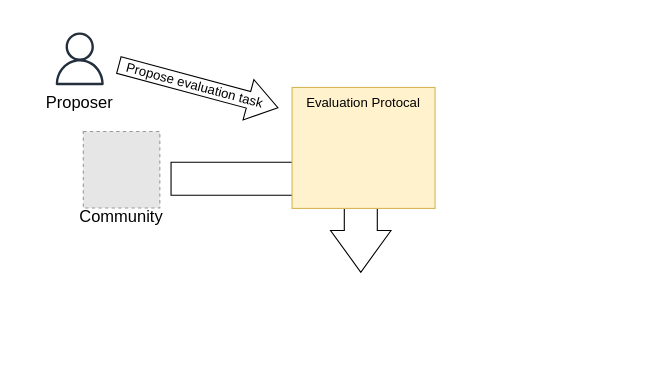
The draw.io diagram system.drawio in cxh-cxh/Embodied-VLM-Judge-figures, before the edit. Source tidied: cells renumbered, new cells numbered last; positions are measured from the earlier drawing's top-left corner, leaving out a move shared by most shapes. Both pictures are drawn from the tidied source at 110%, with x=0, y=0 at pixel (21, 32). Pictures stored in the file or linked from it are replaced by grey dashed boxes.
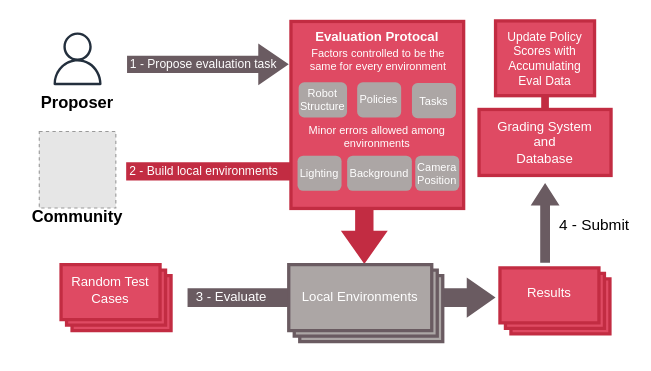
The same page after the edit.

Change to the diagram source:
```diff
@@
-    <mxCell id="2" style="html=1;shadow=0;dashed=0;align=center;verticalAlign=middle;shape=mxgraph.arrows2.bendArrow;dy=15;dx=38;notch=0;arrowHead=55;rounded=1;rotation=90;" parent="1" vertex="1">
-      <mxGeometry x="186" y="68" width="100" height="200" as="geometry" />
+    <mxCell id="2" style="html=1;shadow=0;dashed=0;align=center;verticalAlign=middle;shape=mxgraph.arrows2.bendArrow;dy=8.35;dx=30.02;notch=0;arrowHead=42.61;rounded=1;rotation=90;fillColor=#C22C42;strokeColor=none;" parent="1" vertex="1">
+      <mxGeometry x="167.9" y="45.3" width="92.4" height="237.8" as="geometry" />
     </mxCell>
-    <mxCell id="3" value="Evaluation Protocal" style="rounded=0;whiteSpace=wrap;html=1;fillColor=#fff2cc;strokeColor=#d6b656;align=center;verticalAlign=top;" parent="1" vertex="1">
-      <mxGeometry x="246" y="50" width="130" height="110" as="geometry" />
+    <mxCell id="3" value="&lt;font style=&quot;color: rgb(255, 255, 255);&quot; face=&quot;Helvetica&quot;&gt;&lt;b style=&quot;&quot;&gt;Evaluation Protocal&lt;/b&gt;&lt;/font&gt;" style="rounded=0;whiteSpace=wrap;html=1;fillColor=light-dark(#DF4A63,#AA7B7B);strokeColor=#C22C42;align=center;verticalAlign=top;strokeWidth=3;" parent="1" vertex="1">
+      <mxGeometry x="245" y="-10" width="157" height="170" as="geometry" />
     </mxCell>
     <mxCell id="4" style="group;" parent="1" vertex="1">
-      <mxGeometry width="106" height="78" as="geometry" />
+      <mxGeometry x="-2" width="106" height="78" as="geometry" />
     </mxCell>
@@
-    <mxCell id="6" value="Proposer" style="rounded=0;whiteSpace=wrap;html=1;fillColor=none;strokeColor=none;fontSize=15;" parent="4" vertex="1">
+    <mxCell id="6" value="Proposer" style="rounded=0;whiteSpace=wrap;html=1;fillColor=none;strokeColor=none;fontSize=15;fontStyle=1;" parent="4" vertex="1">
       <mxGeometry y="48" width="106" height="30" as="geometry" />
     </mxCell>
+    <mxCell id="11" value="&lt;font style=&quot;color: rgb(255, 255, 255);&quot;&gt;3 - Evaluate&lt;/font&gt;" style="html=1;shadow=0;dashed=0;align=left;verticalAlign=middle;shape=mxgraph.arrows2.arrow;dy=0.53;dx=26.18;notch=0;rotation=0;spacingLeft=6;fillColor=#6A5B61;strokeColor=none;" parent="1" vertex="1">
+      <mxGeometry x="151" y="222.8" width="280" height="36.5" as="geometry" />
+    </mxCell>
     <mxCell id="7" style="group;" parent="1" vertex="1">
-      <mxGeometry x="46" y="90" width="90" height="90" as="geometry" />
+      <mxGeometry x="6" y="90" width="90" height="90" as="geometry" />
     </mxCell>
@@
-    <mxCell id="9" value="Community" style="rounded=0;whiteSpace=wrap;html=1;fillColor=none;strokeColor=none;fontSize=15;" parent="7" vertex="1">
+    <mxCell id="9" value="&lt;b&gt;Community&lt;/b&gt;" style="rounded=0;whiteSpace=wrap;html=1;fillColor=none;strokeColor=none;fontSize=15;" parent="7" vertex="1">
       <mxGeometry y="63" width="90" height="27" as="geometry" />
     </mxCell>
-    <mxCell id="10" value="Propose evaluation task" style="html=1;shadow=0;dashed=0;align=left;verticalAlign=middle;shape=mxgraph.arrows2.arrow;dy=0.59;dx=27.71;notch=0;rotation=15;spacingLeft=6;" parent="1" vertex="1">
-      <mxGeometry x="86" y="30" width="149.7" height="38" as="geometry" />
+    <mxCell id="10" value="&lt;font style=&quot;color: rgb(255, 255, 255); font-size: 11px;&quot;&gt;1 - Propose evaluation task&lt;/font&gt;" style="html=1;shadow=0;dashed=0;align=left;verticalAlign=middle;shape=mxgraph.arrows2.arrow;dy=0.59;dx=27.71;notch=0;rotation=0;spacingLeft=1;fillColor=#6A5B61;strokeColor=none;gradientColor=none;" parent="1" vertex="1">
+      <mxGeometry x="96" y="10" width="147" height="38" as="geometry" />
     </mxCell>
+    <mxCell id="12" style="rounded=0;jettySize=auto;html=1;endArrow=none;endFill=0;strokeWidth=7;strokeColor=#C22C42;" parent="1" edge="1" source="13" target="16">
+      <mxGeometry relative="1" as="geometry" />
+    </mxCell>
+    <mxCell id="13" value="&lt;font style=&quot;color: rgb(255, 255, 255);&quot;&gt;Grading&amp;nbsp;&lt;span style=&quot;background-color: transparent;&quot;&gt;System&lt;/span&gt;&lt;/font&gt;&lt;div&gt;&lt;span style=&quot;background-color: transparent;&quot;&gt;&lt;font style=&quot;color: rgb(255, 255, 255);&quot;&gt;and&lt;/font&gt;&lt;/span&gt;&lt;/div&gt;&lt;div&gt;&lt;font style=&quot;color: rgb(255, 255, 255);&quot;&gt;Database&lt;/font&gt;&lt;/div&gt;" style="rounded=0;whiteSpace=wrap;html=1;strokeColor=#C22C42;strokeWidth=3;fillColor=#DF4A63;" parent="1" vertex="1">
+      <mxGeometry x="416" y="70" width="120" height="60" as="geometry" />
+    </mxCell>
+    <mxCell id="14" style="html=1;shadow=0;dashed=0;align=left;verticalAlign=middle;shape=mxgraph.arrows2.arrow;dy=0.66;dx=20.51;notch=0;rotation=-90;spacingLeft=6;strokeColor=none;fillColor=#6A5B61;" parent="1" vertex="1">
+      <mxGeometry x="439.8" y="160" width="72.5" height="26.2" as="geometry" />
+    </mxCell>
+    <mxCell id="15" value="&lt;font style=&quot;font-size: 14px;&quot;&gt;4 - Submit&lt;/font&gt;" style="rounded=0;whiteSpace=wrap;html=1;fillColor=none;strokeColor=none;fontSize=15;" parent="1" vertex="1">
+      <mxGeometry x="486" y="160" width="70" height="27" as="geometry" />
+    </mxCell>
+    <mxCell id="16" value="&lt;font style=&quot;color: rgb(255, 255, 255);&quot;&gt;Update Policy Scores with Accumulating Eval Data&lt;/font&gt;" style="rounded=0;whiteSpace=wrap;html=1;strokeColor=#C22C42;strokeWidth=3;fillColor=#DF4A63;fontSize=11;" parent="1" vertex="1">
+      <mxGeometry x="431" y="-10.5" width="90" height="68" as="geometry" />
+    </mxCell>
+    <mxCell id="17" value="&lt;font style=&quot;color: rgb(255, 255, 255); font-size: 11px;&quot;&gt;2 - Build local environments&lt;/font&gt;" style="rounded=0;whiteSpace=wrap;html=1;fillColor=none;strokeColor=none;fontSize=12;" parent="1" vertex="1">
+      <mxGeometry x="91" y="112" width="150" height="27" as="geometry" />
+    </mxCell>
+    <mxCell id="18" style="group;" parent="1" vertex="1">
+      <mxGeometry x="36" y="211" width="100" height="60" as="geometry" />
+    </mxCell>
+    <mxCell id="19" style="verticalLabelPosition=bottom;verticalAlign=middle;html=1;shape=mxgraph.basic.layered_rect;dx=10;whiteSpace=wrap;rounded=0;strokeColor=#C22C42;strokeWidth=3;align=center;fontFamily=Helvetica;fontSize=12;fontColor=default;fillColor=#DF4A63;" parent="18" vertex="1">
+      <mxGeometry width="100" height="60" as="geometry" />
+    </mxCell>
+    <mxCell id="20" value="&lt;font style=&quot;color: rgb(255, 255, 255);&quot;&gt;Random Test Cases&lt;/font&gt;" style="rounded=0;whiteSpace=wrap;html=1;fillColor=none;strokeColor=none;strokeWidth=3;" parent="18" vertex="1">
+      <mxGeometry width="90" height="46" as="geometry" />
+    </mxCell>
+    <mxCell id="21" style="group;" parent="1" vertex="1">
+      <mxGeometry x="435" y="214" width="100" height="60" as="geometry" />
+    </mxCell>
+    <mxCell id="22" style="verticalLabelPosition=bottom;verticalAlign=middle;html=1;shape=mxgraph.basic.layered_rect;dx=10;whiteSpace=wrap;rounded=0;strokeColor=#C22C42;strokeWidth=3;align=center;fontFamily=Helvetica;fontSize=12;fontColor=default;fillColor=#DF4A63;" parent="21" vertex="1">
+      <mxGeometry width="100" height="60" as="geometry" />
+    </mxCell>
+    <mxCell id="23" value="&lt;font style=&quot;color: rgb(255, 255, 255);&quot;&gt;Results&lt;/font&gt;" style="rounded=0;whiteSpace=wrap;html=1;fillColor=none;strokeColor=none;strokeWidth=3;" parent="21" vertex="1">
+      <mxGeometry width="90" height="46" as="geometry" />
+    </mxCell>
+    <mxCell id="24" style="group;rounded=0;strokeColor=none;strokeWidth=3;align=center;verticalAlign=top;fontFamily=Helvetica;fontSize=12;fontColor=default;fillColor=none;" parent="1" vertex="1">
+      <mxGeometry x="243" y="211" width="140" height="80" as="geometry" />
+    </mxCell>
+    <mxCell id="25" style="verticalLabelPosition=bottom;verticalAlign=top;html=1;shape=mxgraph.basic.layered_rect;dx=10;whiteSpace=wrap;rounded=0;strokeColor=#6A5B61;strokeWidth=3;align=center;fontFamily=Helvetica;fontSize=12;fontColor=default;fillColor=#ACA6A5;" parent="24" vertex="1">
+      <mxGeometry width="140" height="70" as="geometry" />
+    </mxCell>
+    <mxCell id="26" value="&lt;font style=&quot;color: rgb(255, 255, 255);&quot;&gt;Local Environments&lt;/font&gt;" style="rounded=0;whiteSpace=wrap;html=1;fillColor=none;strokeColor=none;strokeWidth=3;align=center;verticalAlign=middle;fontFamily=Helvetica;fontSize=12;fontColor=default;" parent="24" vertex="1">
+      <mxGeometry width="130" height="60" as="geometry" />
+    </mxCell>
+    <mxCell id="27" value="&lt;font color=&quot;#ffffff&quot;&gt;Robot Structure&lt;/font&gt;" style="rounded=1;whiteSpace=wrap;html=1;fillColor=#ACA6A5;strokeColor=none;strokeWidth=0;align=center;verticalAlign=middle;fontFamily=Helvetica;fontSize=10;fontColor=default;gradientColor=none;arcSize=16;" parent="1" vertex="1">
+      <mxGeometry x="252" y="45.3" width="44" height="32" as="geometry" />
+    </mxCell>
+    <mxCell id="28" value="&lt;span style=&quot;color: rgb(255, 255, 255); font-family: Helvetica; font-style: normal; font-variant-ligatures: normal; font-variant-caps: normal; font-weight: 400; letter-spacing: normal; orphans: 2; text-indent: 0px; text-transform: none; widows: 2; word-spacing: 0px; -webkit-text-stroke-width: 0px; white-space: normal; text-decoration-thickness: initial; text-decoration-style: initial; text-decoration-color: initial; float: none; display: inline !important;&quot;&gt;Factors controlled to be the same for every environment&lt;/span&gt;" style="text;whiteSpace=wrap;html=1;align=center;fontSize=10;verticalAlign=middle;" parent="1" vertex="1">
+      <mxGeometry x="249.5" y="10" width="148.5" height="30" as="geometry" />
+    </mxCell>
+    <mxCell id="29" value="&lt;font color=&quot;#ffffff&quot;&gt;Policies&lt;/font&gt;" style="rounded=1;whiteSpace=wrap;html=1;fillColor=#ACA6A5;strokeColor=none;strokeWidth=0;align=center;verticalAlign=middle;fontFamily=Helvetica;fontSize=10;fontColor=default;gradientColor=none;arcSize=16;" parent="1" vertex="1">
+      <mxGeometry x="305.2" y="45.3" width="40" height="32" as="geometry" />
+    </mxCell>
+    <mxCell id="30" value="&lt;font color=&quot;#ffffff&quot;&gt;Tasks&lt;/font&gt;" style="rounded=1;whiteSpace=wrap;html=1;fillColor=#ACA6A5;strokeColor=none;strokeWidth=0;align=center;verticalAlign=middle;fontFamily=Helvetica;fontSize=10;fontColor=default;gradientColor=none;arcSize=16;" parent="1" vertex="1">
+      <mxGeometry x="355" y="46" width="40" height="32" as="geometry" />
+    </mxCell>
+    <mxCell id="31" value="&lt;span style=&quot;color: rgb(255, 255, 255); font-family: Helvetica; font-style: normal; font-variant-ligatures: normal; font-variant-caps: normal; font-weight: 400; letter-spacing: normal; orphans: 2; text-indent: 0px; text-transform: none; widows: 2; word-spacing: 0px; -webkit-text-stroke-width: 0px; white-space: normal; text-decoration-thickness: initial; text-decoration-style: initial; text-decoration-color: initial; float: none; display: inline !important;&quot;&gt;Minor errors allowed among environments&lt;/span&gt;" style="text;whiteSpace=wrap;html=1;align=center;fontSize=10;verticalAlign=middle;" parent="1" vertex="1">
+      <mxGeometry x="247.5" y="79" width="150.5" height="31" as="geometry" />
+    </mxCell>
+    <mxCell id="32" value="&lt;font color=&quot;#ffffff&quot;&gt;Lighting&lt;/font&gt;" style="rounded=1;whiteSpace=wrap;html=1;fillColor=#ACA6A5;strokeColor=none;strokeWidth=0;align=center;verticalAlign=middle;fontFamily=Helvetica;fontSize=10;fontColor=default;gradientColor=none;arcSize=16;" parent="1" vertex="1">
+      <mxGeometry x="251" y="112" width="40" height="32" as="geometry" />
+    </mxCell>
+    <mxCell id="33" value="&lt;font color=&quot;#ffffff&quot;&gt;Background&lt;/font&gt;" style="rounded=1;whiteSpace=wrap;html=1;fillColor=#ACA6A5;strokeColor=none;strokeWidth=0;align=center;verticalAlign=middle;fontFamily=Helvetica;fontSize=10;fontColor=default;gradientColor=none;arcSize=16;" parent="1" vertex="1">
+      <mxGeometry x="296.1" y="112" width="58.8" height="32" as="geometry" />
+    </mxCell>
+    <mxCell id="34" value="&lt;font color=&quot;#ffffff&quot;&gt;Camera&lt;/font&gt;&lt;div&gt;&lt;font color=&quot;#ffffff&quot;&gt;Position&lt;/font&gt;&lt;/div&gt;" style="rounded=1;whiteSpace=wrap;html=1;fillColor=#ACA6A5;strokeColor=none;strokeWidth=0;align=center;verticalAlign=middle;fontFamily=Helvetica;fontSize=10;fontColor=default;gradientColor=none;arcSize=16;" parent="1" vertex="1">
+      <mxGeometry x="358" y="112" width="40" height="32" as="geometry" />
+    </mxCell>
```
